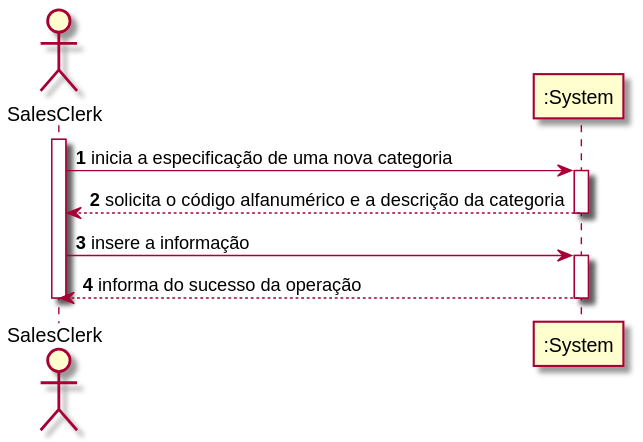
The PlantUML diagram Documentação/1190772/US1502/1502_SSD.svg in 1190772/LAB-Project-4, before a commit. Its diagram source:
```plantuml
@startuml
autonumber
actor "SalesClerk" as SC

activate SC
SC -> ":System" : inicia a especificação de uma nova categoria
activate ":System"
":System" --> SC : solicita o código alfanumérico e a descrição da categoria
deactivate ":System"
SC -> ":System" : insere a informação
activate ":System"
":System" --> SC : informa do sucesso da operação
deactivate ":System"

deactivate SC

@enduml
```
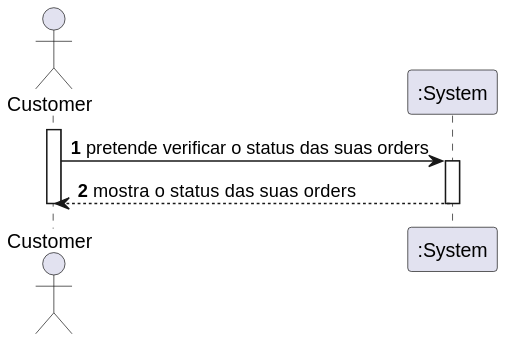
Above is the later version.

What changed in the source:
```diff
@@ -1,17 +1,13 @@
 @startuml
 autonumber
-actor "SalesClerk" as SC
+actor "Customer" as CU
 
-activate SC
-SC -> ":System" : inicia a especificação de uma nova categoria
+activate CU
+CU -> ":System" : pretende verificar o status das suas orders
 activate ":System"
-":System" --> SC : solicita o código alfanumérico e a descrição da categoria
-deactivate ":System"
-SC -> ":System" : insere a informação
-activate ":System"
-":System" --> SC : informa do sucesso da operação
+":System" --> CU : mostra o status das suas orders
 deactivate ":System"
 
-deactivate SC
+deactivate CU
 
 @enduml
```
